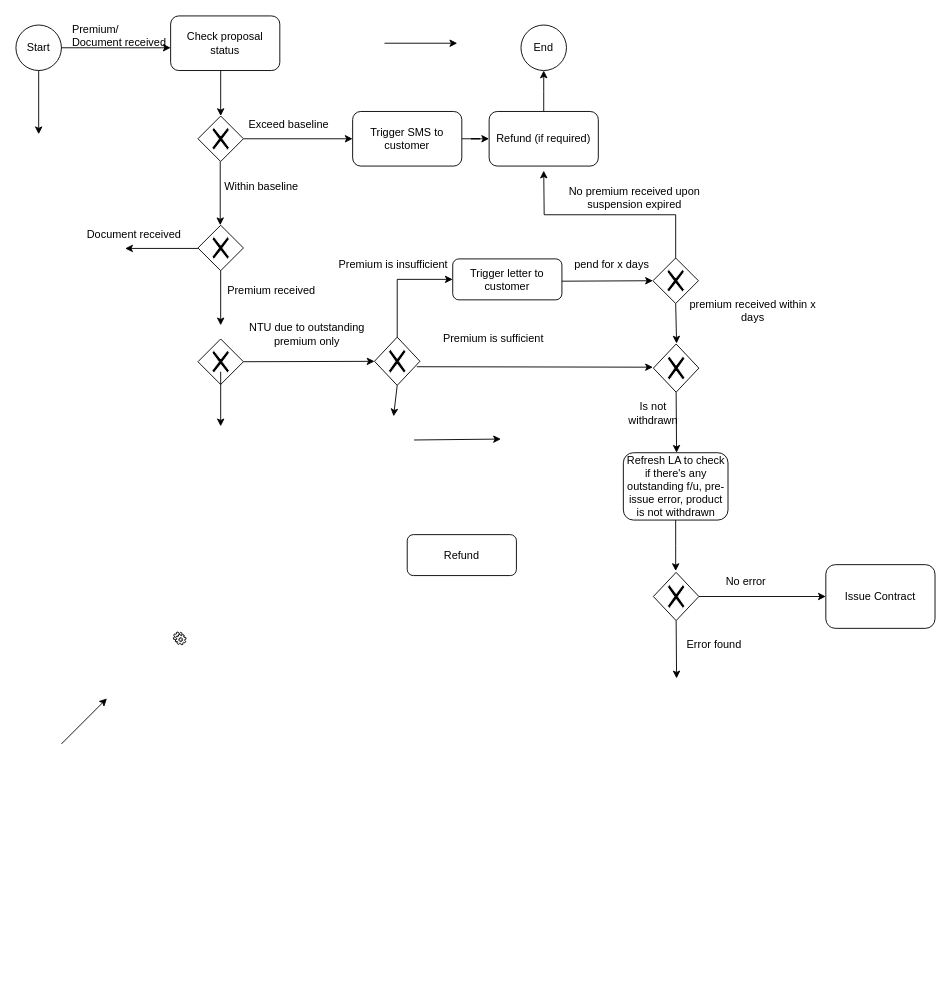
The draw.io diagram page "NTU Reopen" (9 of 9) of Untitled Diagram.drawio in Jefferzonlee/WorkFlow-BPR, before the edit. Source tidied: cells renumbered, new cells numbered last; positions are measured from the earlier drawing's top-left corner, leaving out a move shared by most shapes. Both pictures are drawn from the tidied source at 91%, with x=0, y=0 at pixel (15, 15).
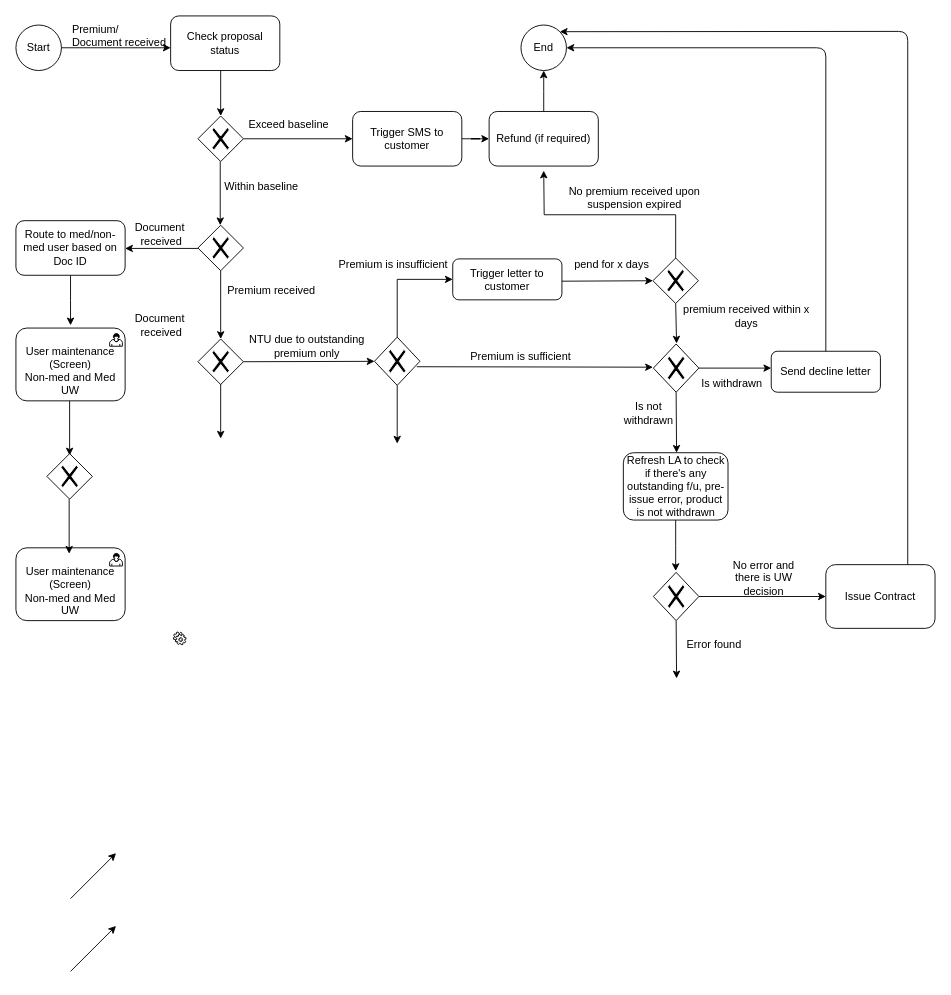
The same page after the edit.

Unchanged cells that the change refers to:
```xml
<mxCell id="2" value="Start" style="ellipse;whiteSpace=wrap;html=1;" parent="1" vertex="1">
  <mxGeometry y="10" width="50" height="50" as="geometry" />
</mxCell>
<mxCell id="26" style="shape=mxgraph.bpmn.shape;html=1;verticalLabelPosition=bottom;labelBackgroundColor=#ffffff;verticalAlign=top;align=center;perimeter=rhombusPerimeter;background=gateway;outlineConnect=0;outline=none;symbol=exclusiveGw;" parent="1" vertex="1">
  <mxGeometry x="200" y="355" width="50" height="50" as="geometry" />
</mxCell>
<mxCell id="33" style="shape=mxgraph.bpmn.shape;html=1;verticalLabelPosition=bottom;labelBackgroundColor=#ffffff;verticalAlign=top;align=center;perimeter=rhombusPerimeter;background=gateway;outlineConnect=0;outline=none;symbol=exclusiveGw;" parent="1" vertex="1">
  <mxGeometry x="394" y="353" width="50" height="53" as="geometry" />
</mxCell>
<mxCell id="35" value="End" style="ellipse;whiteSpace=wrap;html=1;" parent="1" vertex="1">
  <mxGeometry x="555" y="10" width="50" height="50" as="geometry" />
</mxCell>
<mxCell id="40" value="Issue Contract" style="rounded=1;whiteSpace=wrap;html=1;" parent="1" vertex="1">
  <mxGeometry x="890" y="603" width="120" height="70" as="geometry" />
</mxCell>
<mxCell id="53" style="shape=mxgraph.bpmn.shape;html=1;verticalLabelPosition=bottom;labelBackgroundColor=#ffffff;verticalAlign=top;align=center;perimeter=rhombusPerimeter;background=gateway;outlineConnect=0;outline=none;symbol=exclusiveGw;" parent="1" vertex="1">
  <mxGeometry x="700.5" y="360.5" width="50" height="53" as="geometry" />
</mxCell>
```

Diff of the diagram source:
```diff
@@
-    <mxCell id="6" style="endArrow=classic;html=1;exitX=0.5;exitY=1;exitDx=0;exitDy=0;" parent="1" edge="1" source="2">
-      <mxGeometry relative="1" as="geometry">
-        <mxPoint x="25" y="130" as="targetPoint" />
-      </mxGeometry>
-    </mxCell>
@@
-    <mxCell id="15" style="endArrow=classic;html=1;" parent="1" edge="1">
-      <mxGeometry relative="1" as="geometry">
-        <mxPoint x="405" y="30" as="sourcePoint" />
-        <mxPoint x="485" y="30" as="targetPoint" />
-      </mxGeometry>
-    </mxCell>
@@
-    <mxCell id="22" style="endArrow=classic;html=1;" parent="1" edge="1">
+    <mxCell id="22" style="endArrow=classic;html=1;entryX=0.5;entryY=0;entryDx=0;entryDy=0;" parent="1" edge="1" target="26">
       <mxGeometry relative="1" as="geometry">
         <mxPoint x="225" y="280" as="sourcePoint" />
-        <mxPoint x="225" y="340" as="targetPoint" />
       </mxGeometry>
     </mxCell>
@@
-    <mxCell id="25" value="Refund" style="rounded=1;whiteSpace=wrap;html=1;" parent="1" vertex="1">
-      <mxGeometry x="430" y="570" width="120" height="45" as="geometry" />
+    <mxCell id="25" value="Send decline letter" style="rounded=1;whiteSpace=wrap;html=1;" parent="1" vertex="1">
+      <mxGeometry x="830" y="368.5" width="120" height="45" as="geometry" />
     </mxCell>
@@
     <mxCell id="27" style="endArrow=classic;html=1;" parent="1" edge="1">
       <mxGeometry relative="1" as="geometry">
-        <mxPoint x="225" y="391" as="sourcePoint" />
-        <mxPoint x="225" y="451" as="targetPoint" />
+        <mxPoint x="225" y="404.5" as="sourcePoint" />
+        <mxPoint x="225" y="464.5" as="targetPoint" />
       </mxGeometry>
     </mxCell>
+    <mxCell id="59" style="edgeStyle=orthogonalEdgeStyle;rounded=0;jettySize=auto;html=1;exitX=0.5;exitY=1;exitDx=0;exitDy=0;" parent="1" edge="1" source="66">
+      <mxGeometry relative="1" as="geometry">
+        <mxPoint x="60" y="340" as="targetPoint" />
+      </mxGeometry>
+    </mxCell>
-    <mxCell id="28" value="Document received" style="text;html=1;strokeColor=none;fillColor=none;align=center;verticalAlign=middle;whiteSpace=wrap;rounded=0;" parent="1" vertex="1">
-      <mxGeometry x="50" y="230" width="160" height="20" as="geometry" />
+    <mxCell id="28" value="Document&amp;nbsp;&lt;br&gt;received&lt;br&gt;" style="text;html=1;strokeColor=none;fillColor=none;align=center;verticalAlign=middle;whiteSpace=wrap;rounded=0;" parent="1" vertex="1">
+      <mxGeometry x="110" y="230" width="100" height="20" as="geometry" />
     </mxCell>
+    <mxCell id="60" value="Document&amp;nbsp;&lt;br&gt;received&lt;br&gt;" style="text;html=1;strokeColor=none;fillColor=none;align=center;verticalAlign=middle;whiteSpace=wrap;rounded=0;" parent="1" vertex="1">
+      <mxGeometry x="110" y="330" width="100" height="20" as="geometry" />
+    </mxCell>
@@
     <mxCell id="31" value="NTU due to outstanding premium only" style="text;html=1;strokeColor=none;fillColor=none;align=center;verticalAlign=middle;whiteSpace=wrap;rounded=0;" parent="1" vertex="1">
-      <mxGeometry x="240" y="340" width="160" height="20" as="geometry" />
+      <mxGeometry x="240" y="353" width="160" height="20" as="geometry" />
     </mxCell>
@@
     <mxCell id="36" style="endArrow=classic;html=1;exitX=0.5;exitY=1;exitDx=0;exitDy=0;" parent="1" edge="1" source="33">
       <mxGeometry relative="1" as="geometry">
-        <mxPoint x="415" y="440" as="targetPoint" />
+        <mxPoint x="419" y="470" as="targetPoint" />
       </mxGeometry>
     </mxCell>
@@
     <mxCell id="38" value="Premium is sufficient" style="text;html=1;strokeColor=none;fillColor=none;align=center;verticalAlign=middle;whiteSpace=wrap;rounded=0;" parent="1" vertex="1">
-      <mxGeometry x="445" y="345" width="160" height="20" as="geometry" />
+      <mxGeometry x="475" y="365" width="160" height="20" as="geometry" />
     </mxCell>
@@
-    <mxCell id="49" style="endArrow=classic;html=1;" parent="1" edge="1">
+    <mxCell id="49" style="endArrow=classic;html=1;exitX=1;exitY=0.5;exitDx=0;exitDy=0;" parent="1" edge="1" source="53">
       <mxGeometry relative="1" as="geometry">
-        <mxPoint x="50" y="800" as="sourcePoint" />
-        <mxPoint x="100" y="750" as="targetPoint" />
+        <mxPoint x="830" y="387" as="targetPoint" />
       </mxGeometry>
     </mxCell>
     <mxCell id="50" value="premium received within x days" style="text;html=1;strokeColor=none;fillColor=none;align=center;verticalAlign=middle;whiteSpace=wrap;rounded=0;" parent="1" vertex="1">
-      <mxGeometry x="730" y="310" width="160" height="27" as="geometry" />
+      <mxGeometry x="722.5" y="316" width="160" height="27" as="geometry" />
     </mxCell>
-    <mxCell id="51" value="No error" style="text;html=1;strokeColor=none;fillColor=none;align=center;verticalAlign=middle;whiteSpace=wrap;rounded=0;" parent="1" vertex="1">
-      <mxGeometry x="770" y="611.5" width="65" height="20" as="geometry" />
+    <mxCell id="51" value="No error and there is UW decision" style="text;html=1;strokeColor=none;fillColor=none;align=center;verticalAlign=middle;whiteSpace=wrap;rounded=0;" parent="1" vertex="1">
+      <mxGeometry x="783" y="608" width="78" height="20" as="geometry" />
     </mxCell>
@@
-    <mxCell id="54" style="endArrow=classic;html=1;exitX=1;exitY=0.5;exitDx=0;exitDy=0;entryX=0;entryY=0.5;entryDx=0;entryDy=0;" parent="1" edge="1">
-      <mxGeometry relative="1" as="geometry">
-        <mxPoint x="437.5" y="466" as="sourcePoint" />
-        <mxPoint x="533" y="465" as="targetPoint" />
-      </mxGeometry>
-    </mxCell>
     <mxCell id="55" value="Is not withdrawn" style="text;html=1;strokeColor=none;fillColor=none;align=center;verticalAlign=middle;whiteSpace=wrap;rounded=0;" parent="1" vertex="1">
-      <mxGeometry x="667.5" y="426.5" width="65" height="20" as="geometry" />
+      <mxGeometry x="662.5" y="426.5" width="65" height="20" as="geometry" />
     </mxCell>
@@
+    <mxCell id="61" value="Is withdrawn" style="text;html=1;strokeColor=none;fillColor=none;align=center;verticalAlign=middle;whiteSpace=wrap;rounded=0;" parent="1" vertex="1">
+      <mxGeometry x="747" y="394" width="80" height="20" as="geometry" />
+    </mxCell>
+    <mxCell id="62" style="endArrow=classic;html=1;entryX=1;entryY=0.5;entryDx=0;entryDy=0;" parent="1" edge="1" source="25" target="35">
+      <mxGeometry relative="1" as="geometry">
+        <Array as="points">
+          <mxPoint x="890" y="35" />
+        </Array>
+      </mxGeometry>
+    </mxCell>
+    <mxCell id="63" style="endArrow=classic;html=1;exitX=0.75;exitY=0;exitDx=0;exitDy=0;entryX=1;entryY=0;entryDx=0;entryDy=0;" parent="1" edge="1" source="40" target="35">
+      <mxGeometry relative="1" as="geometry">
+        <Array as="points">
+          <mxPoint x="980" y="17" />
+        </Array>
+      </mxGeometry>
+    </mxCell>
+    <mxCell id="64" style="endArrow=classic;html=1;" parent="1" edge="1">
+      <mxGeometry relative="1" as="geometry">
+        <mxPoint x="60" y="970" as="sourcePoint" />
+        <mxPoint x="110" y="920" as="targetPoint" />
+      </mxGeometry>
+    </mxCell>
+    <mxCell id="65" style="endArrow=classic;html=1;" parent="1" edge="1">
+      <mxGeometry relative="1" as="geometry">
+        <mxPoint x="60" y="1050" as="sourcePoint" />
+        <mxPoint x="110" y="1000" as="targetPoint" />
+      </mxGeometry>
+    </mxCell>
+    <mxCell id="66" value="Route to med/non-med user based on Doc ID" style="rounded=1;whiteSpace=wrap;html=1;" parent="1" vertex="1">
+      <mxGeometry y="225" width="120" height="60" as="geometry" />
+    </mxCell>
+    <mxCell id="67" value="&lt;br&gt;&amp;nbsp;User maintenance&amp;nbsp; (Screen)&lt;br&gt;Non-med and Med UW&lt;br&gt;" style="html=1;whiteSpace=wrap;rounded=1;" parent="1" vertex="1">
+      <mxGeometry y="343" width="120" height="80" as="geometry" />
+    </mxCell>
+    <mxCell id="68" style="html=1;shape=mxgraph.bpmn.user_task;" parent="67" vertex="1">
+      <mxGeometry width="14" height="14" relative="1" as="geometry">
+        <mxPoint x="103" y="6" as="offset" />
+      </mxGeometry>
+    </mxCell>
+    <mxCell id="69" style="endArrow=classic;html=1;" parent="1" edge="1">
+      <mxGeometry relative="1" as="geometry">
+        <mxPoint x="59" y="423" as="sourcePoint" />
+        <mxPoint x="59" y="483" as="targetPoint" />
+      </mxGeometry>
+    </mxCell>
+    <mxCell id="70" value="&lt;br&gt;&amp;nbsp;User maintenance&amp;nbsp; (Screen)&lt;br&gt;Non-med and Med UW&lt;br&gt;" style="html=1;whiteSpace=wrap;rounded=1;" parent="1" vertex="1">
+      <mxGeometry y="584.5" width="120" height="80" as="geometry" />
+    </mxCell>
+    <mxCell id="71" style="html=1;shape=mxgraph.bpmn.user_task;" parent="70" vertex="1">
+      <mxGeometry width="14" height="14" relative="1" as="geometry">
+        <mxPoint x="103" y="6" as="offset" />
+      </mxGeometry>
+    </mxCell>
+    <mxCell id="72" style="shape=mxgraph.bpmn.shape;html=1;verticalLabelPosition=bottom;labelBackgroundColor=#ffffff;verticalAlign=top;align=center;perimeter=rhombusPerimeter;background=gateway;outline=none;symbol=exclusiveGw;" parent="1" vertex="1">
+      <mxGeometry x="34" y="481" width="50" height="50" as="geometry" />
+    </mxCell>
+    <mxCell id="73" style="endArrow=classic;html=1;" parent="1" edge="1">
+      <mxGeometry relative="1" as="geometry">
+        <mxPoint x="58.5" y="531" as="sourcePoint" />
+        <mxPoint x="58.5" y="591" as="targetPoint" />
+      </mxGeometry>
+    </mxCell>
```
